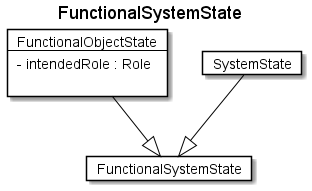
Above: fragments/diagrams/FunctionalSystemState.png in rtigran/rdf2adoc (PlantUML), before the change.
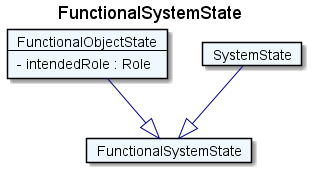
Above is the later version.

The edit, as a diff of the source:
```diff
@@ -1,18 +1,17 @@
 @startuml
 Title FunctionalSystemState
 
-Card FunctionalSystemState #fff [
+Card FunctionalSystemState #F0F8FF [
 FunctionalSystemState
 ]
-Card FunctionalObjectState #fff [
+Card FunctionalObjectState #F0F8FF [
 FunctionalObjectState
 ----
 - intendedRole : Role
-
 ]
-FunctionalObjectState --|> FunctionalSystemState  #000
-Card SystemState #fff [
+FunctionalObjectState --|> FunctionalSystemState  #00008B
+Card SystemState #F0F8FF [
 SystemState
 ]
-SystemState --|> FunctionalSystemState  #000
+SystemState --|> FunctionalSystemState  #00008B
 @enduml
```
